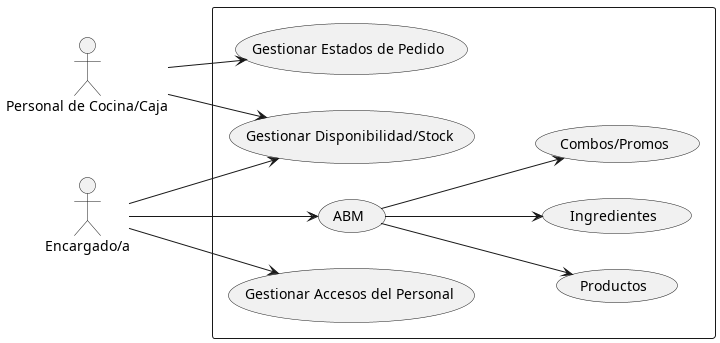
Before: documentacion/src/img/caso_de_uso_personal.png, a diagram exported from PlantUML (agpelliciari/Sistema-Comedor). The source it was exported from:
```plantuml
@startuml

left to right direction
actor "Personal de Cocina/Caja" as Staff
actor "Encargado/a" as Admin

rectangle {
  (Gestionar Estados de Pedido) as UC_Progress
  (Gestionar Disponibilidad/Stock) as UC_Stock
  (ABM) as AMB
  (Productos) as UC_ABM_Prod
  (Ingredientes) as UC_ABM_Ing
  (Combos/Promos) as UC_ABM_Promo
  (Gestionar Accesos del Personal) as UC_Access
}

Staff --> UC_Progress
Staff --> UC_Stock


Admin --> AMB
AMB --> UC_ABM_Prod
AMB --> UC_ABM_Ing
AMB --> UC_ABM_Promo
Admin --> UC_Access
Admin --> UC_Stock

@enduml
```
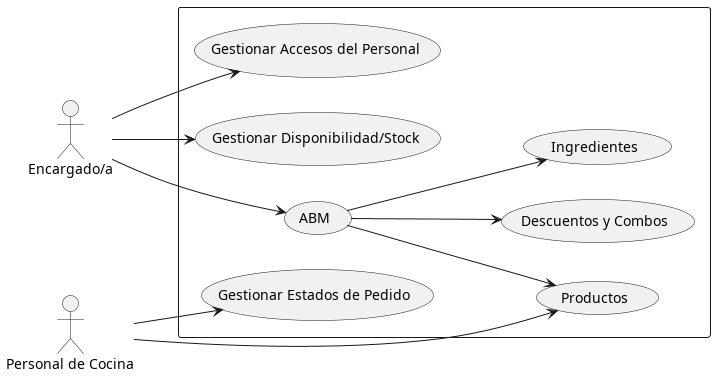
Later version of the same file.

What changed in the source:
```diff
@@ -1,7 +1,7 @@
 @startuml
 
 left to right direction
-actor "Personal de Cocina/Caja" as Staff
+actor "Personal de Cocina" as Staff
 actor "Encargado/a" as Admin
 
 rectangle {
@@ -10,13 +10,12 @@
   (ABM) as AMB
   (Productos) as UC_ABM_Prod
   (Ingredientes) as UC_ABM_Ing
-  (Combos/Promos) as UC_ABM_Promo
+  (Descuentos y Combos) as UC_ABM_Promo
   (Gestionar Accesos del Personal) as UC_Access
 }
 
 Staff --> UC_Progress
-Staff --> UC_Stock
-
+Staff --> UC_ABM_Prod
 
 Admin --> AMB
 AMB --> UC_ABM_Prod
```
